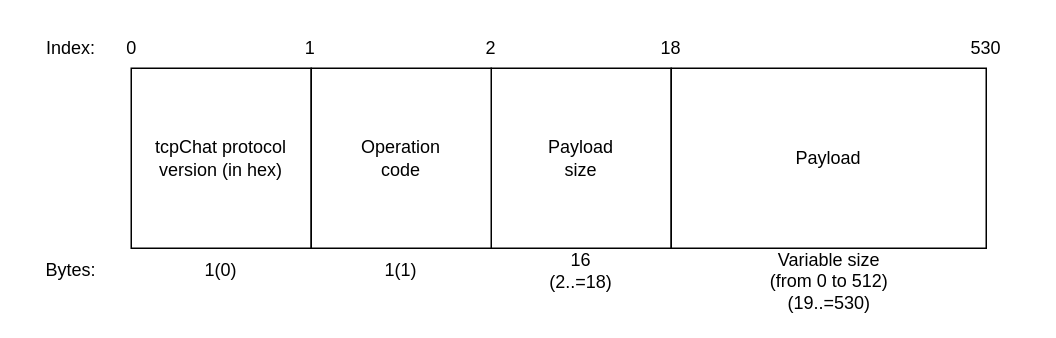
itsgerliz/tcpChat keeps this draw.io diagram as header/tcpChat-header.drawio. Above is the earlier version. Source tidied: cells renumbered, new cells numbered last; positions are measured from the earlier drawing's top-left corner, leaving out a move shared by most shapes. Both pictures are drawn from the tidied source at 150%, with x=0, y=0 at pixel (26, 26).
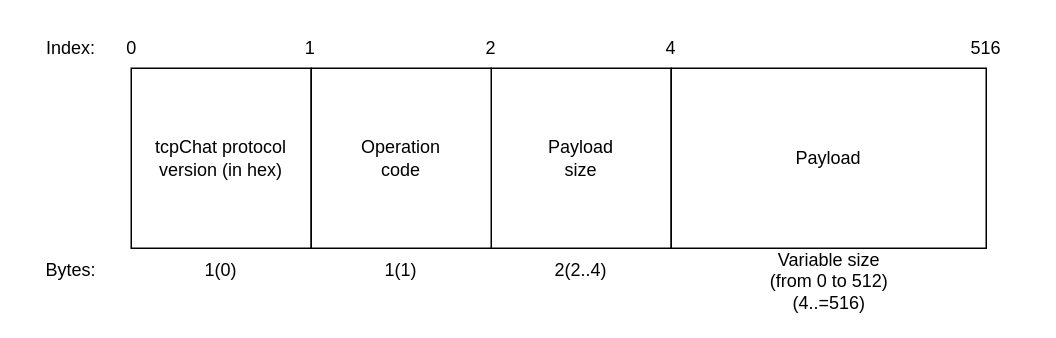
After the change.

Commit message (it also covers changes not shown here):
fix: bytes and indexes on header

Change to the diagram source:
```diff
@@
-    <mxCell id="15" value="16 (2..=18)" style="text;html=1;align=center;verticalAlign=middle;whiteSpace=wrap;rounded=0;" parent="1" vertex="1">
+    <mxCell id="15" value="2(2..4)" style="text;html=1;align=center;verticalAlign=middle;whiteSpace=wrap;rounded=0;" parent="1" vertex="1">
       <mxGeometry x="340" y="148" width="60" height="30" as="geometry" />
     </mxCell>
@@
-    <mxCell id="17" value="18" style="text;html=1;align=center;verticalAlign=middle;whiteSpace=wrap;rounded=0;" parent="1" vertex="1">
+    <mxCell id="17" value="4" style="text;html=1;align=center;verticalAlign=middle;whiteSpace=wrap;rounded=0;" parent="1" vertex="1">
       <mxGeometry x="400" width="60" height="30" as="geometry" />
     </mxCell>
-    <mxCell id="18" value="Variable size&lt;br&gt;(from 0 to 512)&lt;br&gt;(19..=530)" style="text;html=1;align=center;verticalAlign=middle;whiteSpace=wrap;rounded=0;" parent="1" vertex="1">
+    <mxCell id="18" value="Variable size&lt;br&gt;(from 0 to 512)&lt;br&gt;(4..=516)" style="text;html=1;align=center;verticalAlign=middle;whiteSpace=wrap;rounded=0;" parent="1" vertex="1">
       <mxGeometry x="463.5" y="148" width="143" height="43" as="geometry" />
     </mxCell>
-    <mxCell id="19" value="530" style="text;html=1;align=center;verticalAlign=middle;whiteSpace=wrap;rounded=0;" parent="1" vertex="1">
+    <mxCell id="19" value="516" style="text;html=1;align=center;verticalAlign=middle;whiteSpace=wrap;rounded=0;" parent="1" vertex="1">
       <mxGeometry x="610" width="60" height="30" as="geometry" />
     </mxCell>
```
